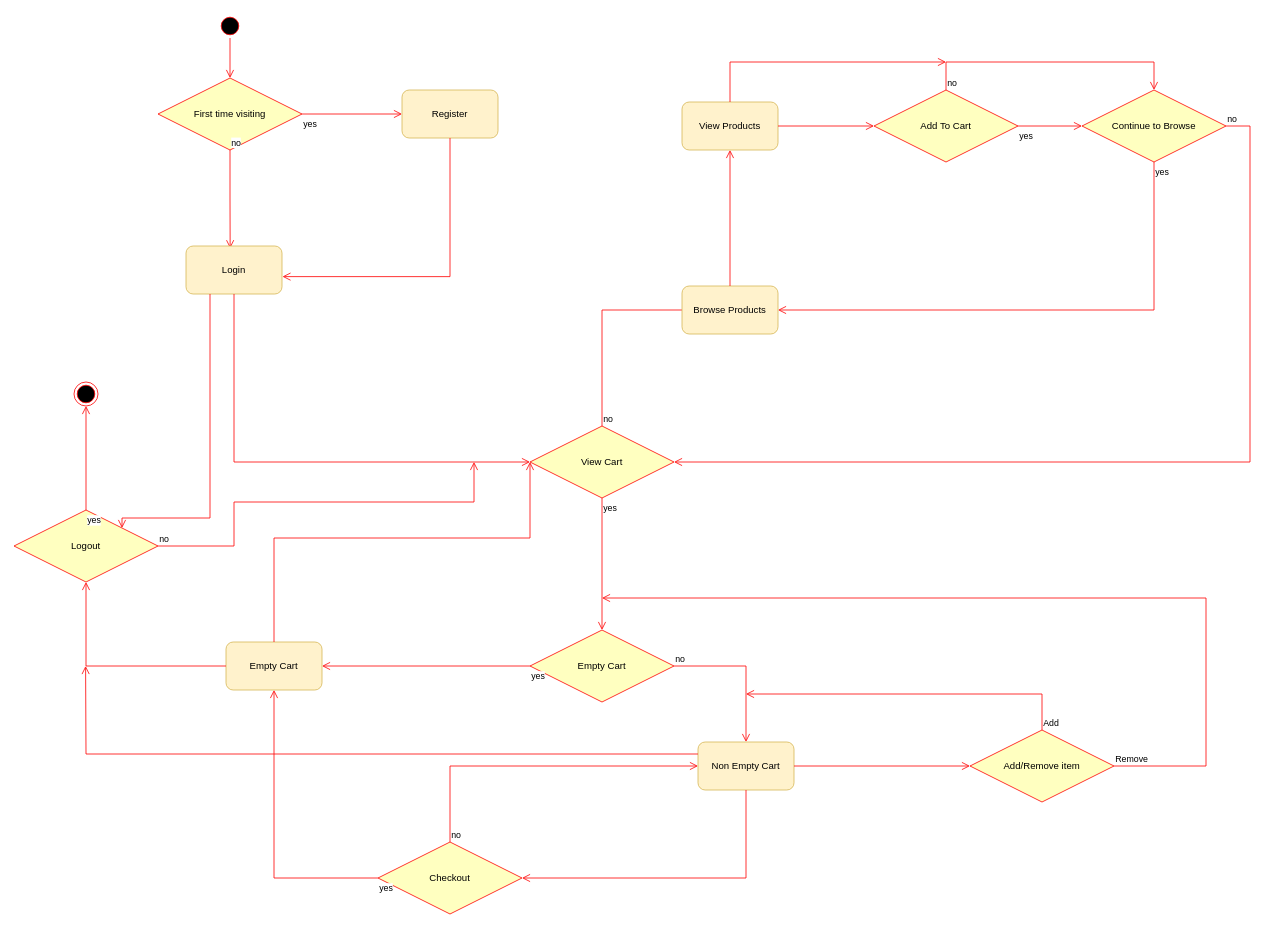
Before: Eshop/Diagrams/2.Elaboration/Drawsv2/7.State diagram.v1.drawio in tassosant/Eshop, a draw.io diagram. Source tidied: cells renumbered, new cells numbered last; positions are measured from the earlier drawing's top-left corner, leaving out a move shared by most shapes. Both pictures are drawn from the tidied source at 80%, with x=0, y=0 at pixel (14, 14).
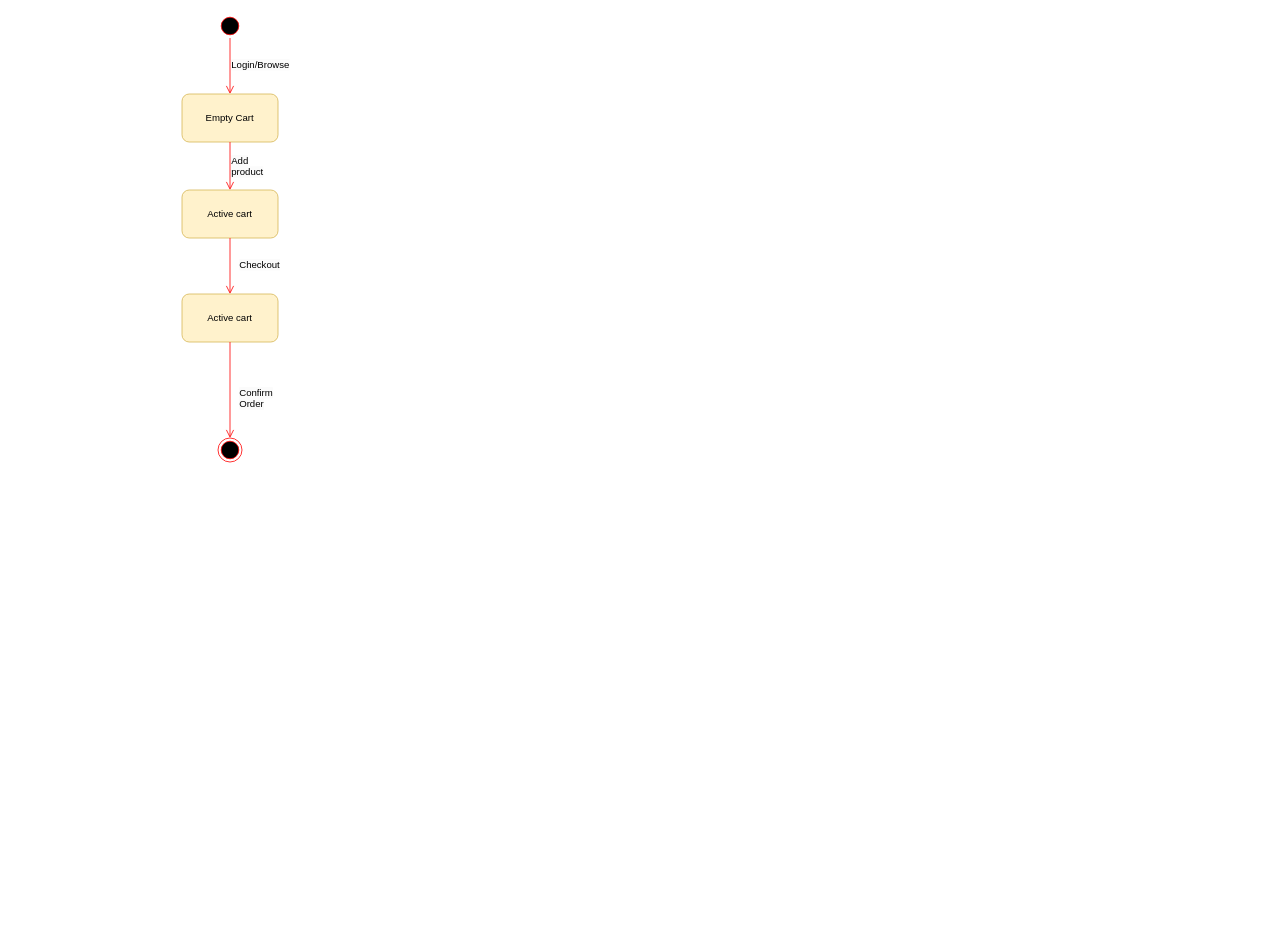
The same diagram, later.

The change refers to these unchanged cells:
```xml
<mxCell id="2" style="ellipse;html=1;shape=startState;fillColor=#000000;strokeColor=#ff0000;" parent="1" vertex="1">
  <mxGeometry x="255" width="30" height="30" as="geometry" />
</mxCell>
```

What changed in the source:
```diff
@@
-    <mxCell id="3" style="edgeStyle=orthogonalEdgeStyle;html=1;verticalAlign=bottom;endArrow=open;endSize=8;strokeColor=#ff0000;rounded=0;entryX=0.5;entryY=0;entryDx=0;entryDy=0;" parent="1" edge="1" source="2" target="4">
+    <mxCell id="3" style="edgeStyle=orthogonalEdgeStyle;html=1;verticalAlign=bottom;endArrow=open;endSize=8;strokeColor=#ff0000;rounded=0;" parent="1" edge="1" source="2" target="8">
       <mxGeometry relative="1" as="geometry" />
     </mxCell>
-    <mxCell id="4" value="First time visiting" style="rhombus;whiteSpace=wrap;html=1;fontColor=#000000;fillColor=#ffffc0;strokeColor=#ff0000;" parent="1" vertex="1">
-      <mxGeometry x="180" y="80" width="180" height="90" as="geometry" />
-    </mxCell>
-    <mxCell id="5" value="no" style="edgeStyle=orthogonalEdgeStyle;html=1;align=left;verticalAlign=bottom;endArrow=open;endSize=8;strokeColor=#ff0000;rounded=0;exitX=0.5;exitY=1;exitDx=0;exitDy=0;entryX=0.46;entryY=0.047;entryDx=0;entryDy=0;entryPerimeter=0;" parent="1" edge="1" source="4" target="8">
-      <mxGeometry x="-1" relative="1" as="geometry" />
-    </mxCell>
-    <mxCell id="6" value="yes" style="edgeStyle=orthogonalEdgeStyle;html=1;align=left;verticalAlign=top;endArrow=open;endSize=8;strokeColor=#ff0000;rounded=0;exitX=1;exitY=0.5;exitDx=0;exitDy=0;entryX=0;entryY=0.5;entryDx=0;entryDy=0;" parent="1" edge="1" source="4" target="7">
-      <mxGeometry x="-1" relative="1" as="geometry" />
-    </mxCell>
-    <mxCell id="7" value="Register" style="rounded=1;whiteSpace=wrap;html=1;strokeColor=#d6b656;fillColor=#fff2cc;" parent="1" vertex="1">
-      <mxGeometry x="485" y="95" width="120" height="60" as="geometry" />
-    </mxCell>
-    <mxCell id="8" value="Login" style="rounded=1;whiteSpace=wrap;html=1;strokeColor=#d6b656;fillColor=#fff2cc;" parent="1" vertex="1">
-      <mxGeometry x="215" y="290" width="120" height="60" as="geometry" />
+    <mxCell id="8" value="Empty Cart" style="rounded=1;whiteSpace=wrap;html=1;strokeColor=#d6b656;fillColor=#fff2cc;" parent="1" vertex="1">
+      <mxGeometry x="210" y="100" width="120" height="60" as="geometry" />
     </mxCell>
-    <mxCell id="9" style="edgeStyle=orthogonalEdgeStyle;html=1;verticalAlign=bottom;endArrow=open;endSize=8;strokeColor=#ff0000;rounded=0;entryX=1.005;entryY=0.638;entryDx=0;entryDy=0;exitX=0.5;exitY=1;exitDx=0;exitDy=0;entryPerimeter=0;" parent="1" edge="1" source="7" target="8">
-      <mxGeometry relative="1" as="geometry" />
-    </mxCell>
-    <mxCell id="10" style="edgeStyle=orthogonalEdgeStyle;html=1;verticalAlign=bottom;endArrow=open;endSize=8;strokeColor=#ff0000;rounded=0;exitX=0.5;exitY=1;exitDx=0;exitDy=0;entryX=0;entryY=0.5;entryDx=0;entryDy=0;" parent="1" edge="1" source="8" target="11">
-      <mxGeometry relative="1" as="geometry">
-        <Array as="points">
-          <mxPoint x="275" y="560" />
-          <mxPoint x="605" y="560" />
-        </Array>
-      </mxGeometry>
-    </mxCell>
-    <mxCell id="11" value="View Cart" style="rhombus;whiteSpace=wrap;html=1;fontColor=#000000;fillColor=#ffffc0;strokeColor=#ff0000;" parent="1" vertex="1">
-      <mxGeometry x="645" y="515" width="180" height="90" as="geometry" />
-    </mxCell>
-    <mxCell id="12" value="yes" style="edgeStyle=orthogonalEdgeStyle;html=1;align=left;verticalAlign=top;endArrow=open;endSize=8;strokeColor=#ff0000;rounded=0;exitX=0.5;exitY=1;exitDx=0;exitDy=0;entryX=0.5;entryY=0;entryDx=0;entryDy=0;" parent="1" edge="1" source="11" target="25">
-      <mxGeometry x="-1" relative="1" as="geometry" />
-    </mxCell>
-    <mxCell id="13" value="no" style="edgeStyle=orthogonalEdgeStyle;html=1;align=left;verticalAlign=bottom;endArrow=open;endSize=8;strokeColor=#ff0000;rounded=0;exitX=0.5;exitY=0;exitDx=0;exitDy=0;entryX=0;entryY=0.5;entryDx=0;entryDy=0;" parent="1" edge="1" source="11" target="14">
-      <mxGeometry x="-1" relative="1" as="geometry">
-        <Array as="points">
-          <mxPoint x="735" y="370" />
-          <mxPoint x="845" y="370" />
-        </Array>
-      </mxGeometry>
-    </mxCell>
-    <mxCell id="14" value="Browse Products" style="rounded=1;whiteSpace=wrap;html=1;strokeColor=#d6b656;fillColor=#fff2cc;" parent="1" vertex="1">
-      <mxGeometry x="835" y="340" width="120" height="60" as="geometry" />
-    </mxCell>
-    <mxCell id="15" style="edgeStyle=orthogonalEdgeStyle;html=1;verticalAlign=bottom;endArrow=open;endSize=8;strokeColor=#ff0000;rounded=0;exitX=0.5;exitY=0;exitDx=0;exitDy=0;entryX=0.5;entryY=1;entryDx=0;entryDy=0;" parent="1" edge="1" source="14" target="16">
-      <mxGeometry relative="1" as="geometry" />
-    </mxCell>
-    <mxCell id="16" value="View Products" style="rounded=1;whiteSpace=wrap;html=1;strokeColor=#d6b656;fillColor=#fff2cc;" parent="1" vertex="1">
-      <mxGeometry x="835" y="110" width="120" height="60" as="geometry" />
-    </mxCell>
-    <mxCell id="17" value="Add To Cart" style="rhombus;whiteSpace=wrap;html=1;fontColor=#000000;fillColor=#ffffc0;strokeColor=#ff0000;" parent="1" vertex="1">
-      <mxGeometry x="1075" y="95" width="180" height="90" as="geometry" />
-    </mxCell>
-    <mxCell id="18" value="yes" style="edgeStyle=orthogonalEdgeStyle;html=1;align=left;verticalAlign=top;endArrow=open;endSize=8;strokeColor=#ff0000;rounded=0;exitX=1;exitY=0.5;exitDx=0;exitDy=0;entryX=0;entryY=0.5;entryDx=0;entryDy=0;" parent="1" edge="1" source="17" target="21">
-      <mxGeometry x="-1" relative="1" as="geometry" />
-    </mxCell>
-    <mxCell id="19" value="no" style="edgeStyle=orthogonalEdgeStyle;html=1;align=left;verticalAlign=bottom;endArrow=open;endSize=8;strokeColor=#ff0000;rounded=0;exitX=0.5;exitY=0;exitDx=0;exitDy=0;entryX=0.5;entryY=0;entryDx=0;entryDy=0;" parent="1" edge="1" source="17" target="21">
-      <mxGeometry x="-1" relative="1" as="geometry">
-        <Array as="points">
-          <mxPoint x="1165" y="60" />
-          <mxPoint x="1425" y="60" />
-        </Array>
-      </mxGeometry>
-    </mxCell>
-    <mxCell id="20" style="edgeStyle=orthogonalEdgeStyle;html=1;verticalAlign=bottom;endArrow=open;endSize=8;strokeColor=#ff0000;rounded=0;exitX=1;exitY=0.5;exitDx=0;exitDy=0;entryX=0;entryY=0.5;entryDx=0;entryDy=0;" parent="1" edge="1" source="16" target="17">
-      <mxGeometry relative="1" as="geometry" />
-    </mxCell>
-    <mxCell id="21" value="Continue to Browse" style="rhombus;whiteSpace=wrap;html=1;fontColor=#000000;fillColor=#ffffc0;strokeColor=#ff0000;" parent="1" vertex="1">
-      <mxGeometry x="1335" y="95" width="180" height="90" as="geometry" />
-    </mxCell>
-    <mxCell id="22" value="no" style="edgeStyle=orthogonalEdgeStyle;html=1;align=left;verticalAlign=bottom;endArrow=open;endSize=8;strokeColor=#ff0000;rounded=0;exitX=1;exitY=0.5;exitDx=0;exitDy=0;entryX=1;entryY=0.5;entryDx=0;entryDy=0;" parent="1" edge="1" source="21" target="11">
-      <mxGeometry x="-1" relative="1" as="geometry">
-        <Array as="points">
-          <mxPoint x="1545" y="140" />
-          <mxPoint x="1545" y="560" />
-        </Array>
-      </mxGeometry>
-    </mxCell>
-    <mxCell id="23" value="yes" style="edgeStyle=orthogonalEdgeStyle;html=1;align=left;verticalAlign=top;endArrow=open;endSize=8;strokeColor=#ff0000;rounded=0;exitX=0.5;exitY=1;exitDx=0;exitDy=0;entryX=1;entryY=0.5;entryDx=0;entryDy=0;" parent="1" edge="1" source="21" target="14">
-      <mxGeometry x="-1" relative="1" as="geometry" />
-    </mxCell>
-    <mxCell id="24" style="edgeStyle=orthogonalEdgeStyle;html=1;verticalAlign=bottom;endArrow=open;endSize=8;strokeColor=#ff0000;rounded=0;exitX=0.5;exitY=0;exitDx=0;exitDy=0;" parent="1" edge="1" source="16">
-      <mxGeometry relative="1" as="geometry">
-        <mxPoint x="1165" y="60" as="targetPoint" />
-        <Array as="points">
-          <mxPoint x="895" y="60" />
-        </Array>
-      </mxGeometry>
-    </mxCell>
-    <mxCell id="25" value="Empty Cart" style="rhombus;whiteSpace=wrap;html=1;fontColor=#000000;fillColor=#ffffc0;strokeColor=#ff0000;" parent="1" vertex="1">
-      <mxGeometry x="645" y="770" width="180" height="90" as="geometry" />
-    </mxCell>
-    <mxCell id="26" value="yes" style="edgeStyle=orthogonalEdgeStyle;html=1;align=left;verticalAlign=top;endArrow=open;endSize=8;strokeColor=#ff0000;rounded=0;exitX=0;exitY=0.5;exitDx=0;exitDy=0;entryX=1;entryY=0.5;entryDx=0;entryDy=0;" parent="1" edge="1" source="25" target="27">
-      <mxGeometry x="-1" relative="1" as="geometry" />
-    </mxCell>
-    <mxCell id="27" value="Empty Cart" style="rounded=1;whiteSpace=wrap;html=1;strokeColor=#d6b656;fillColor=#fff2cc;" parent="1" vertex="1">
-      <mxGeometry x="265" y="785" width="120" height="60" as="geometry" />
-    </mxCell>
-    <mxCell id="28" style="edgeStyle=orthogonalEdgeStyle;html=1;verticalAlign=bottom;endArrow=open;endSize=8;strokeColor=#ff0000;rounded=0;entryX=0;entryY=0.5;entryDx=0;entryDy=0;exitX=0.5;exitY=0;exitDx=0;exitDy=0;" parent="1" edge="1" source="27" target="11">
-      <mxGeometry relative="1" as="geometry">
-        <Array as="points">
-          <mxPoint x="325" y="655" />
-          <mxPoint x="645" y="655" />
-        </Array>
-      </mxGeometry>
-    </mxCell>
-    <mxCell id="29" value="no" style="edgeStyle=orthogonalEdgeStyle;html=1;align=left;verticalAlign=bottom;endArrow=open;endSize=8;strokeColor=#ff0000;rounded=0;exitX=1;exitY=0.5;exitDx=0;exitDy=0;entryX=0.5;entryY=0;entryDx=0;entryDy=0;" parent="1" edge="1" source="25" target="30">
-      <mxGeometry x="-1" relative="1" as="geometry">
-        <Array as="points">
-          <mxPoint x="915" y="815" />
-        </Array>
-      </mxGeometry>
-    </mxCell>
-    <mxCell id="30" value="Non Empty Cart" style="rounded=1;whiteSpace=wrap;html=1;strokeColor=#d6b656;fillColor=#fff2cc;" parent="1" vertex="1">
-      <mxGeometry x="855" y="910" width="120" height="60" as="geometry" />
-    </mxCell>
-    <mxCell id="31" value="Add/Remove item" style="rhombus;whiteSpace=wrap;html=1;fontColor=#000000;fillColor=#ffffc0;strokeColor=#ff0000;" parent="1" vertex="1">
-      <mxGeometry x="1195" y="895" width="180" height="90" as="geometry" />
-    </mxCell>
-    <mxCell id="32" value="Add" style="edgeStyle=orthogonalEdgeStyle;html=1;align=left;verticalAlign=bottom;endArrow=open;endSize=8;strokeColor=#ff0000;rounded=0;exitX=0.5;exitY=0;exitDx=0;exitDy=0;" parent="1" edge="1" source="31">
-      <mxGeometry x="-1" relative="1" as="geometry">
-        <mxPoint x="915" y="850" as="targetPoint" />
-        <Array as="points">
-          <mxPoint x="1285" y="850" />
-        </Array>
-      </mxGeometry>
-    </mxCell>
-    <mxCell id="33" style="edgeStyle=orthogonalEdgeStyle;html=1;verticalAlign=bottom;endArrow=open;endSize=8;strokeColor=#ff0000;rounded=0;entryX=0;entryY=0.5;entryDx=0;entryDy=0;exitX=1;exitY=0.5;exitDx=0;exitDy=0;" parent="1" edge="1" source="30" target="31">
-      <mxGeometry relative="1" as="geometry">
-        <Array as="points">
-          <mxPoint x="1155" y="940" />
-          <mxPoint x="1155" y="940" />
-        </Array>
-      </mxGeometry>
-    </mxCell>
-    <mxCell id="34" value="Remove" style="edgeStyle=orthogonalEdgeStyle;html=1;align=left;verticalAlign=bottom;endArrow=open;endSize=8;strokeColor=#ff0000;rounded=0;exitX=1;exitY=0.5;exitDx=0;exitDy=0;" parent="1" edge="1" source="31">
-      <mxGeometry x="-1" relative="1" as="geometry">
-        <mxPoint x="735" y="730" as="targetPoint" />
-        <Array as="points">
-          <mxPoint x="1490" y="940" />
-          <mxPoint x="1490" y="730" />
-        </Array>
-      </mxGeometry>
-    </mxCell>
-    <mxCell id="35" style="edgeStyle=orthogonalEdgeStyle;html=1;align=left;verticalAlign=bottom;endArrow=open;endSize=8;strokeColor=#ff0000;rounded=0;exitX=0.5;exitY=1;exitDx=0;exitDy=0;entryX=1;entryY=0.5;entryDx=0;entryDy=0;" parent="1" edge="1" source="30" target="36">
-      <mxGeometry x="-1" relative="1" as="geometry">
-        <Array as="points">
-          <mxPoint x="915" y="1080" />
-        </Array>
-      </mxGeometry>
-    </mxCell>
+    <mxCell id="42" style="ellipse;html=1;shape=endState;fillColor=#000000;strokeColor=#ff0000;" parent="1" vertex="1">
+      <mxGeometry x="255" y="530" width="30" height="30" as="geometry" />
+    </mxCell>
+    <mxCell id="46" value="&lt;span style=&quot;color: rgb(0, 0, 0); font-family: Helvetica; font-size: 12px; font-style: normal; font-variant-ligatures: normal; font-variant-caps: normal; font-weight: 400; letter-spacing: normal; orphans: 2; text-align: center; text-indent: 0px; text-transform: none; widows: 2; word-spacing: 0px; -webkit-text-stroke-width: 0px; white-space: normal; background-color: rgb(251, 251, 251); text-decoration-thickness: initial; text-decoration-style: initial; text-decoration-color: initial; display: inline !important; float: none;&quot;&gt;Login/Browse&lt;/span&gt;" style="text;whiteSpace=wrap;html=1;" parent="1" vertex="1">
+      <mxGeometry x="270" y="50" width="60" height="40" as="geometry" />
+    </mxCell>
+    <mxCell id="47" value="Active cart" style="rounded=1;whiteSpace=wrap;html=1;strokeColor=#d6b656;fillColor=#fff2cc;" parent="1" vertex="1">
+      <mxGeometry x="210" y="220" width="120" height="60" as="geometry" />
+    </mxCell>
+    <mxCell id="48" style="edgeStyle=orthogonalEdgeStyle;html=1;verticalAlign=bottom;endArrow=open;endSize=8;strokeColor=#ff0000;rounded=0;entryX=0.5;entryY=0;entryDx=0;entryDy=0;" parent="1" edge="1" source="8" target="47">
+      <mxGeometry relative="1" as="geometry" />
+    </mxCell>
+    <mxCell id="49" value="&lt;span style=&quot;color: rgb(0, 0, 0); font-family: Helvetica; font-size: 12px; font-style: normal; font-variant-ligatures: normal; font-variant-caps: normal; font-weight: 400; letter-spacing: normal; orphans: 2; text-align: center; text-indent: 0px; text-transform: none; widows: 2; word-spacing: 0px; -webkit-text-stroke-width: 0px; white-space: normal; background-color: rgb(251, 251, 251); text-decoration-thickness: initial; text-decoration-style: initial; text-decoration-color: initial; display: inline !important; float: none;&quot;&gt;Add product&lt;/span&gt;" style="text;whiteSpace=wrap;html=1;" parent="1" vertex="1">
+      <mxGeometry x="270" y="170" width="60" height="40" as="geometry" />
+    </mxCell>
+    <mxCell id="50" value="Active cart" style="rounded=1;whiteSpace=wrap;html=1;strokeColor=#d6b656;fillColor=#fff2cc;" parent="1" vertex="1">
+      <mxGeometry x="210" y="350" width="120" height="60" as="geometry" />
+    </mxCell>
+    <mxCell id="51" style="edgeStyle=orthogonalEdgeStyle;html=1;verticalAlign=bottom;endArrow=open;endSize=8;strokeColor=#ff0000;rounded=0;exitX=0.5;exitY=1;exitDx=0;exitDy=0;" parent="1" edge="1" source="47" target="50">
+      <mxGeometry relative="1" as="geometry" />
+    </mxCell>
-    <mxCell id="36" value="Checkout" style="rhombus;whiteSpace=wrap;html=1;fontColor=#000000;fillColor=#ffffc0;strokeColor=#ff0000;" parent="1" vertex="1">
-      <mxGeometry x="455" y="1035" width="180" height="90" as="geometry" />
+    <mxCell id="36" value="&lt;span style=&quot;color: rgb(0, 0, 0); font-family: Helvetica; font-size: 12px; font-style: normal; font-variant-ligatures: normal; font-variant-caps: normal; font-weight: 400; letter-spacing: normal; orphans: 2; text-align: center; text-indent: 0px; text-transform: none; widows: 2; word-spacing: 0px; -webkit-text-stroke-width: 0px; white-space: normal; background-color: rgb(251, 251, 251); text-decoration-thickness: initial; text-decoration-style: initial; text-decoration-color: initial; display: inline !important; float: none;&quot;&gt;Checkout&lt;/span&gt;" style="text;whiteSpace=wrap;html=1;" parent="1" vertex="1">
+      <mxGeometry x="280" y="300" width="60" height="40" as="geometry" />
     </mxCell>
-    <mxCell id="37" value="yes" style="edgeStyle=orthogonalEdgeStyle;html=1;align=left;verticalAlign=top;endArrow=open;endSize=8;strokeColor=#ff0000;rounded=0;exitX=0;exitY=0.5;exitDx=0;exitDy=0;entryX=0.5;entryY=1;entryDx=0;entryDy=0;" parent="1" edge="1" source="36" target="27">
-      <mxGeometry x="-1" relative="1" as="geometry" />
-    </mxCell>
-    <mxCell id="38" value="Logout" style="rhombus;whiteSpace=wrap;html=1;fontColor=#000000;fillColor=#ffffc0;strokeColor=#ff0000;" parent="1" vertex="1">
-      <mxGeometry y="620" width="180" height="90" as="geometry" />
-    </mxCell>
-    <mxCell id="39" style="edgeStyle=orthogonalEdgeStyle;html=1;verticalAlign=bottom;endArrow=open;endSize=8;strokeColor=#ff0000;rounded=0;entryX=0.5;entryY=1;entryDx=0;entryDy=0;exitX=0;exitY=0.5;exitDx=0;exitDy=0;" parent="1" edge="1" source="27" target="38">
-      <mxGeometry relative="1" as="geometry">
-        <Array as="points">
-          <mxPoint x="90" y="815" />
-        </Array>
-      </mxGeometry>
-    </mxCell>
-    <mxCell id="40" value="no" style="edgeStyle=orthogonalEdgeStyle;html=1;align=left;verticalAlign=bottom;endArrow=open;endSize=8;strokeColor=#ff0000;rounded=0;exitX=0.5;exitY=0;exitDx=0;exitDy=0;entryX=0;entryY=0.5;entryDx=0;entryDy=0;" parent="1" edge="1" source="36" target="30">
-      <mxGeometry x="-1" relative="1" as="geometry">
-        <Array as="points">
-          <mxPoint x="545" y="940" />
-        </Array>
-      </mxGeometry>
-    </mxCell>
-    <mxCell id="41" value="yes" style="edgeStyle=orthogonalEdgeStyle;html=1;align=left;verticalAlign=top;endArrow=open;endSize=8;strokeColor=#ff0000;rounded=0;exitX=0.5;exitY=0;exitDx=0;exitDy=0;entryX=0.5;entryY=1;entryDx=0;entryDy=0;" parent="1" edge="1" source="38" target="42">
-      <mxGeometry x="-1" relative="1" as="geometry" />
-    </mxCell>
-    <mxCell id="42" style="ellipse;html=1;shape=endState;fillColor=#000000;strokeColor=#ff0000;" parent="1" vertex="1">
-      <mxGeometry x="75" y="460" width="30" height="30" as="geometry" />
-    </mxCell>
-    <mxCell id="43" style="edgeStyle=orthogonalEdgeStyle;html=1;verticalAlign=bottom;endArrow=open;endSize=8;strokeColor=#ff0000;rounded=0;exitX=0.25;exitY=1;exitDx=0;exitDy=0;entryX=1;entryY=0;entryDx=0;entryDy=0;" parent="1" edge="1" source="8" target="38">
-      <mxGeometry relative="1" as="geometry">
-        <Array as="points">
-          <mxPoint x="245" y="630" />
-          <mxPoint x="135" y="630" />
-        </Array>
-      </mxGeometry>
-    </mxCell>
-    <mxCell id="44" style="edgeStyle=orthogonalEdgeStyle;html=1;verticalAlign=bottom;endArrow=open;endSize=8;strokeColor=#ff0000;rounded=0;exitX=0;exitY=0.25;exitDx=0;exitDy=0;entryX=0.5;entryY=1;entryDx=0;entryDy=0;" parent="1" edge="1" source="30">
-      <mxGeometry relative="1" as="geometry">
-        <mxPoint x="89.5" y="815" as="targetPoint" />
-      </mxGeometry>
-    </mxCell>
-    <mxCell id="45" value="no" style="edgeStyle=orthogonalEdgeStyle;html=1;align=left;verticalAlign=bottom;endArrow=open;endSize=8;strokeColor=#ff0000;rounded=0;exitX=1;exitY=0.5;exitDx=0;exitDy=0;" parent="1" edge="1" source="38">
-      <mxGeometry x="-1" relative="1" as="geometry">
-        <mxPoint x="575" y="560" as="targetPoint" />
-        <Array as="points">
-          <mxPoint x="275" y="665" />
-          <mxPoint x="275" y="610" />
-        </Array>
-      </mxGeometry>
-    </mxCell>
+    <mxCell id="52" value="&lt;span style=&quot;color: rgb(0, 0, 0); font-family: Helvetica; font-size: 12px; font-style: normal; font-variant-ligatures: normal; font-variant-caps: normal; font-weight: 400; letter-spacing: normal; orphans: 2; text-align: center; text-indent: 0px; text-transform: none; widows: 2; word-spacing: 0px; -webkit-text-stroke-width: 0px; white-space: normal; background-color: rgb(251, 251, 251); text-decoration-thickness: initial; text-decoration-style: initial; text-decoration-color: initial; display: inline !important; float: none;&quot;&gt;Confirm Order&lt;/span&gt;" style="text;whiteSpace=wrap;html=1;" parent="1" vertex="1">
+      <mxGeometry x="280" y="460" width="60" height="40" as="geometry" />
+    </mxCell>
+    <mxCell id="53" style="edgeStyle=orthogonalEdgeStyle;html=1;verticalAlign=bottom;endArrow=open;endSize=8;strokeColor=#ff0000;rounded=0;exitX=0.5;exitY=1;exitDx=0;exitDy=0;entryX=0.5;entryY=0;entryDx=0;entryDy=0;" parent="1" edge="1" source="50" target="42">
+      <mxGeometry relative="1" as="geometry" />
+    </mxCell>
```
